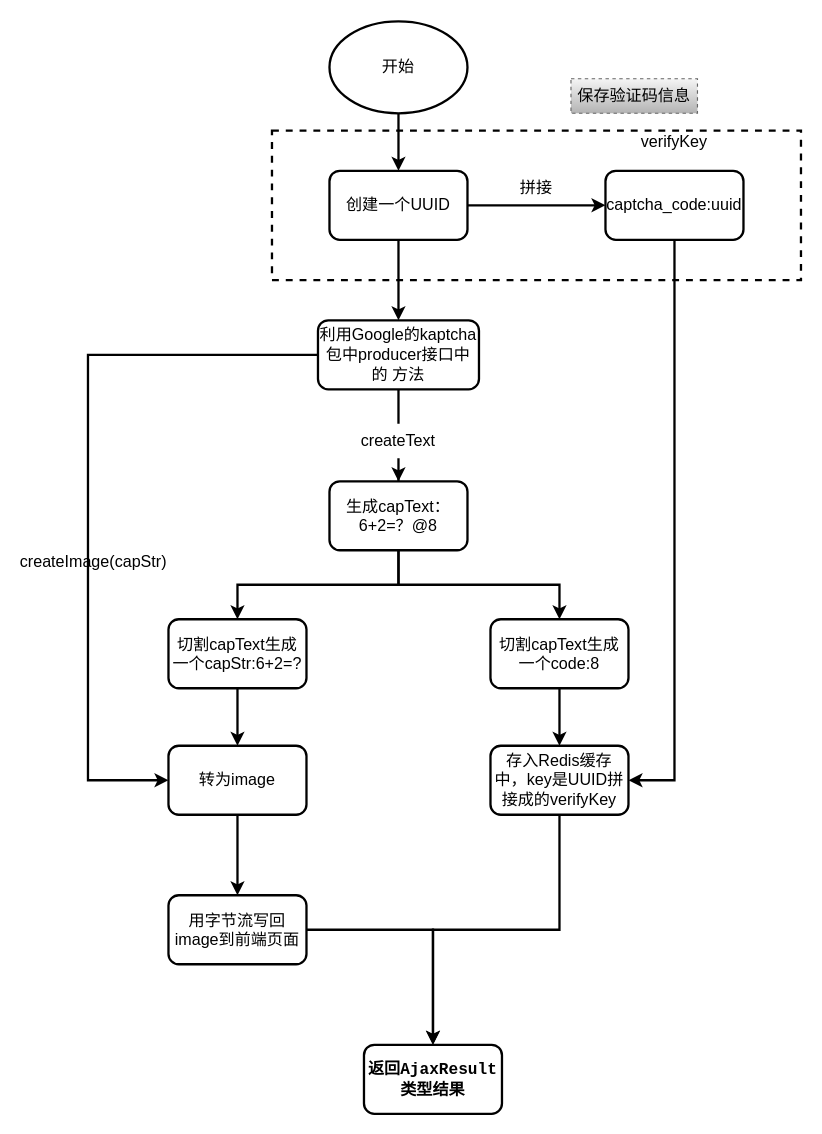
The draw.io diagram study_workplace/CRM/验证码业务逻辑图.drawio in guoxinchen2g/HelloWrold, before the edit. Source tidied: cells renumbered, new cells numbered last; positions are measured from the earlier drawing's top-left corner, leaving out a move shared by most shapes. Both pictures are drawn from the tidied source at 115%, with x=0, y=0 at pixel (53, 21).
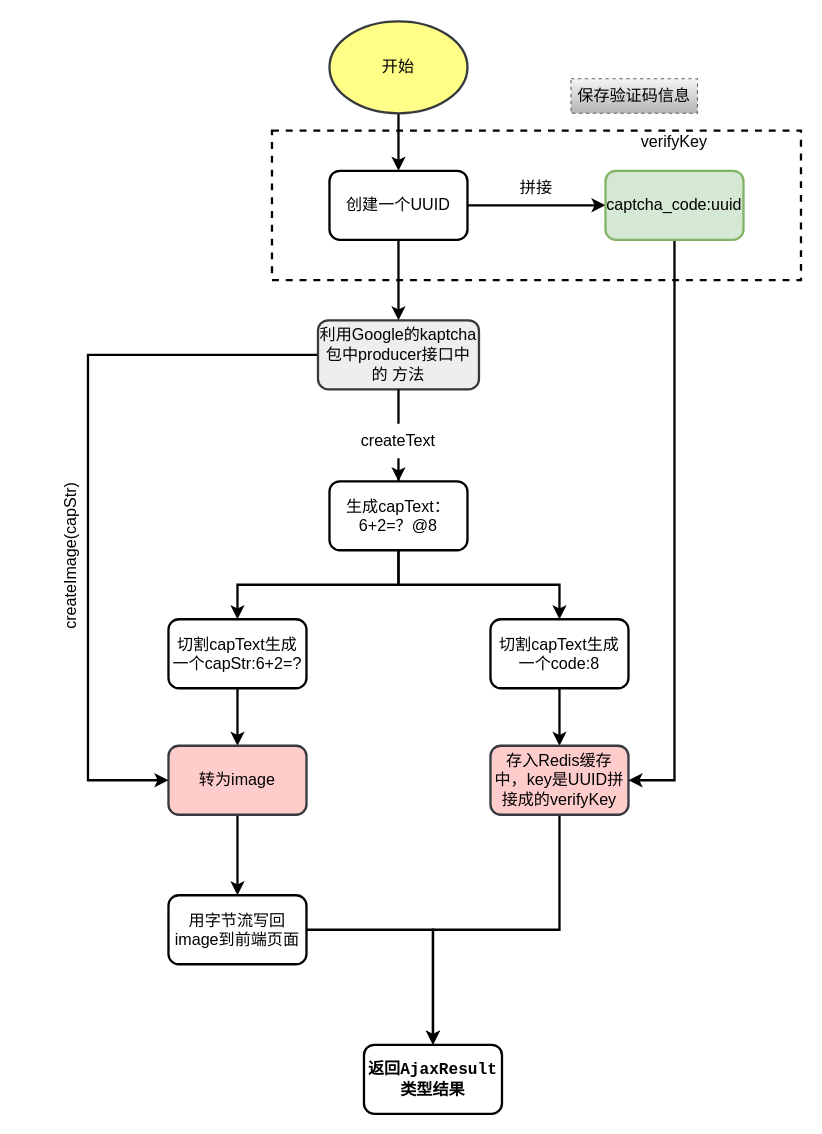
The same diagram, later.

Commit message:
更新验证码业务逻辑图.drawio

Diff of the diagram source:
```diff
@@
-    <mxCell id="4" value="&lt;font style=&quot;font-size: 14px;&quot;&gt;开始&lt;/font&gt;" style="ellipse;whiteSpace=wrap;html=1;strokeWidth=2;" parent="1" vertex="1">
+    <mxCell id="4" value="&lt;font style=&quot;font-size: 14px;&quot;&gt;开始&lt;/font&gt;" style="ellipse;whiteSpace=wrap;html=1;strokeWidth=2;fillColor=#ffff88;strokeColor=#36393d;" parent="1" vertex="1">
       <mxGeometry x="240" width="120" height="80" as="geometry" />
     </mxCell>
@@
-    <mxCell id="16" value="转为image" style="rounded=1;whiteSpace=wrap;html=1;fontSize=14;strokeWidth=2;" parent="1" vertex="1">
+    <mxCell id="16" value="转为image" style="rounded=1;whiteSpace=wrap;html=1;fontSize=14;strokeWidth=2;fillColor=#ffcccc;strokeColor=#36393d;" parent="1" vertex="1">
       <mxGeometry x="100" y="630" width="120" height="60" as="geometry" />
     </mxCell>
@@
-    <mxCell id="20" value="存入Redis缓存中，key是UUID拼接成的verifyKey" style="rounded=1;whiteSpace=wrap;html=1;fontSize=14;strokeWidth=2;" parent="1" vertex="1">
+    <mxCell id="20" value="存入Redis缓存中，key是UUID拼接成的verifyKey" style="rounded=1;whiteSpace=wrap;html=1;fontSize=14;strokeWidth=2;fillColor=#ffcccc;strokeColor=#36393d;" parent="1" vertex="1">
       <mxGeometry x="380" y="630" width="120" height="60" as="geometry" />
     </mxCell>
@@
-    <mxCell id="24" value="&lt;font style=&quot;font-size: 14px;&quot;&gt;利用Google的kaptcha包中producer接口中的 方法&lt;/font&gt;" style="rounded=1;whiteSpace=wrap;html=1;strokeWidth=2;" parent="1" vertex="1">
+    <mxCell id="24" value="&lt;font style=&quot;font-size: 14px;&quot;&gt;利用Google的kaptcha包中producer接口中的 方法&lt;/font&gt;" style="rounded=1;whiteSpace=wrap;html=1;strokeWidth=2;fillColor=#eeeeee;strokeColor=#36393d;" parent="1" vertex="1">
       <mxGeometry x="230" y="260" width="140" height="60" as="geometry" />
     </mxCell>
@@
-    <mxCell id="27" value="createImage(capStr)" style="text;html=1;strokeColor=none;fillColor=none;align=center;verticalAlign=middle;whiteSpace=wrap;rounded=0;fontSize=14;" parent="1" vertex="1">
-      <mxGeometry y="450" width="70" height="40" as="geometry" />
+    <mxCell id="27" value="createImage(capStr)" style="text;html=1;strokeColor=none;fillColor=none;align=center;verticalAlign=middle;whiteSpace=wrap;rounded=0;fontSize=14;rotation=-90;" parent="1" vertex="1">
+      <mxGeometry x="-20" y="460" width="70" height="10" as="geometry" />
     </mxCell>
@@
-    <mxCell id="29" value="captcha_code:uuid" style="rounded=1;whiteSpace=wrap;html=1;fontSize=14;fontColor=#000000;strokeWidth=2;" parent="1" vertex="1">
+    <mxCell id="29" value="captcha_code:uuid" style="rounded=1;whiteSpace=wrap;html=1;fontSize=14;strokeWidth=2;fillColor=#d5e8d4;strokeColor=#82b366;" parent="1" vertex="1">
       <mxGeometry x="480" y="130" width="120" height="60" as="geometry" />
     </mxCell>
```
